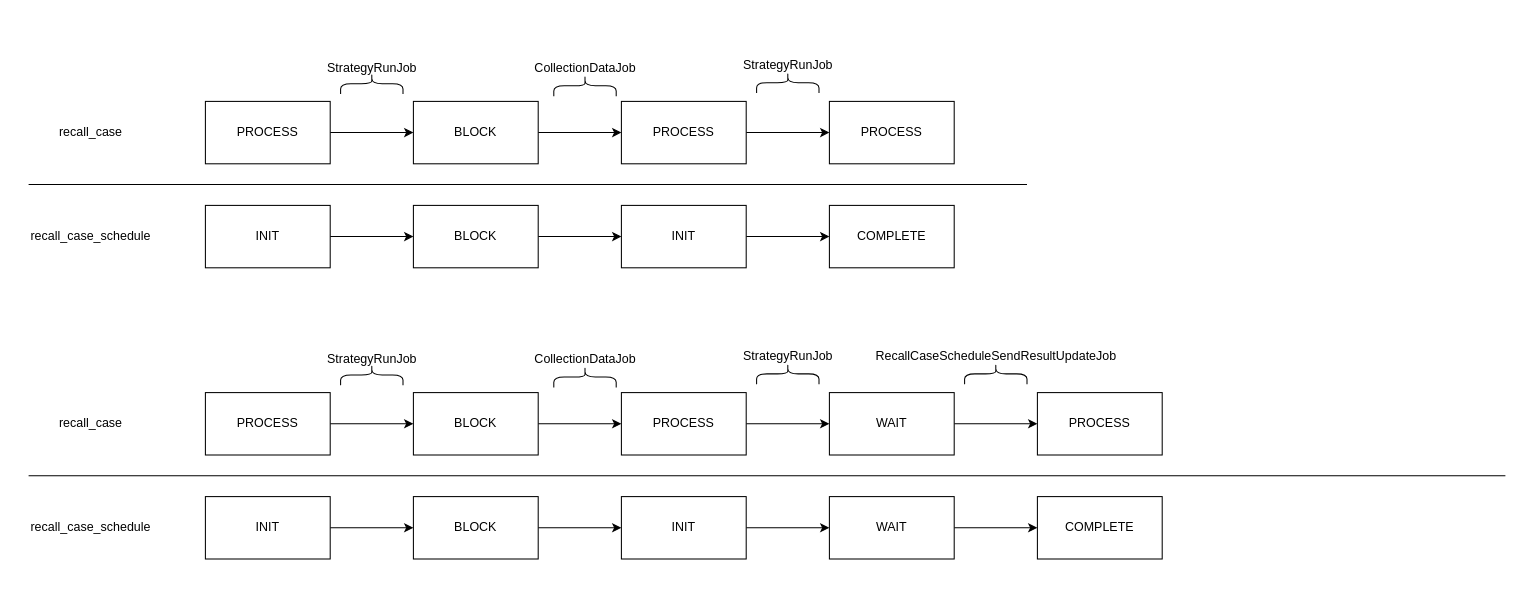
The draw.io diagram page "IVR发送状态流转" (3 of 3) of 数据变化图.drawio in ABIN-DS/flowchart, before the edit. Source tidied: cells renumbered, new cells numbered last; positions are measured from the earlier drawing's top-left corner, leaving out a move shared by most shapes. Both pictures are drawn from the tidied source at 104%, with x=0, y=0 at pixel (28, 49).
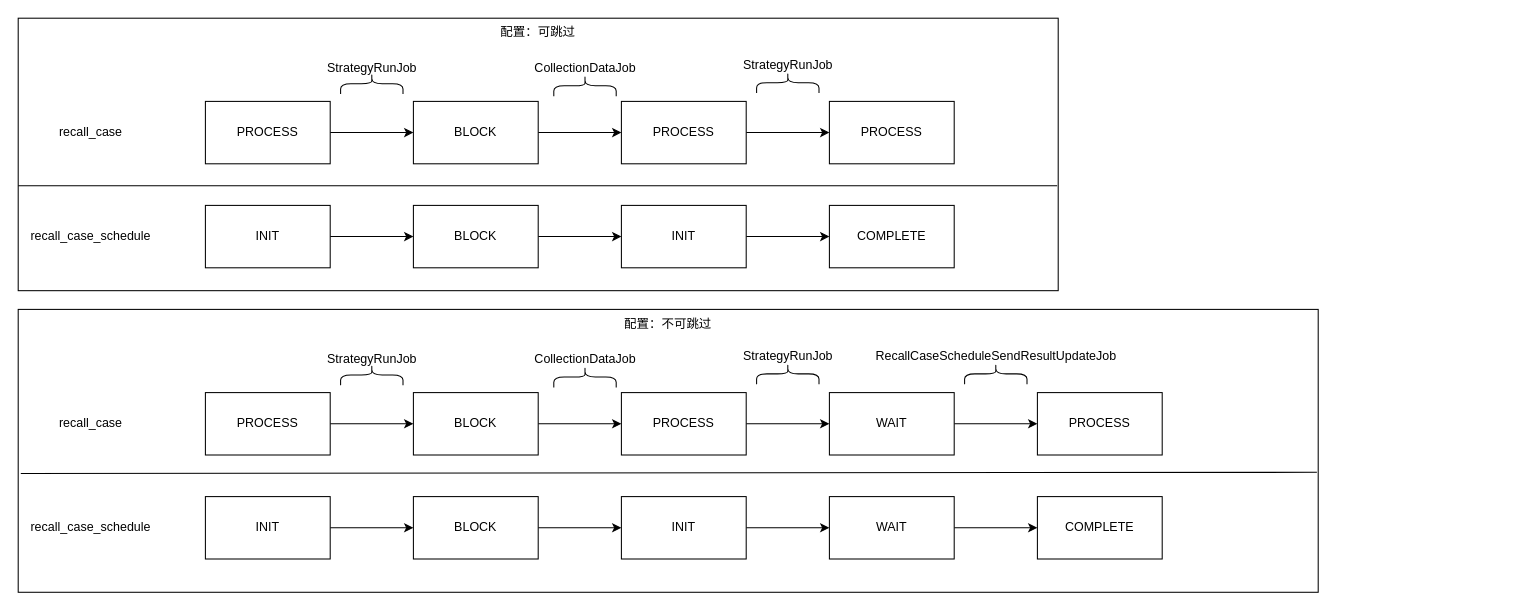
After the change.

Commit message:
更新数据变化图.drawio

Diff of the diagram source:
```diff
@@
+    <mxCell id="61" value="配置：不可跳过" style="rounded=0;whiteSpace=wrap;html=1;verticalAlign=top;" parent="1" vertex="1">
+      <mxGeometry x="-10" y="250" width="1250" height="272" as="geometry" />
+    </mxCell>
+    <mxCell id="62" value="配置：可跳过" style="rounded=0;whiteSpace=wrap;html=1;verticalAlign=top;" parent="1" vertex="1">
+      <mxGeometry x="-10" y="-30" width="1000" height="262" as="geometry" />
+    </mxCell>
@@
-    <mxCell id="16" style="endArrow=none;html=1;rounded=0;" parent="1" edge="1">
-      <mxGeometry relative="1" as="geometry">
-        <mxPoint y="130" as="sourcePoint" />
-        <mxPoint x="960" y="130" as="targetPoint" />
-      </mxGeometry>
+    <mxCell id="16" style="endArrow=none;html=1;rounded=0;entryX=0.999;entryY=0.615;entryDx=0;entryDy=0;entryPerimeter=0;exitX=0;exitY=0.615;exitDx=0;exitDy=0;exitPerimeter=0;" parent="1" edge="1" source="62" target="62">
+      <mxGeometry relative="1" as="geometry" />
     </mxCell>
@@
-    <mxCell id="44" style="endArrow=none;html=1;rounded=0;" parent="1" edge="1">
-      <mxGeometry relative="1" as="geometry">
-        <mxPoint y="410" as="sourcePoint" />
-        <mxPoint x="1420" y="410" as="targetPoint" />
-      </mxGeometry>
+    <mxCell id="44" style="endArrow=none;html=1;rounded=0;entryX=0.999;entryY=0.576;entryDx=0;entryDy=0;entryPerimeter=0;exitX=0.002;exitY=0.58;exitDx=0;exitDy=0;exitPerimeter=0;" parent="1" edge="1" source="61" target="61">
+      <mxGeometry relative="1" as="geometry" />
     </mxCell>
```
